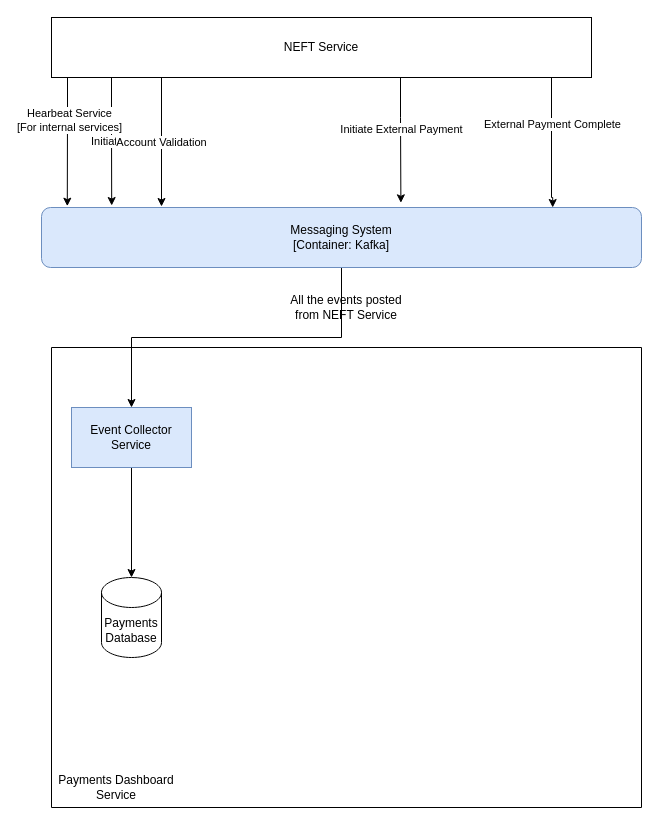
This is Payments Dashboard Component Diagram.drawio from dinesh-i/payment-business-dashboard, a draw.io file, before an edit. Source tidied: cells renumbered, new cells numbered last; positions are measured from the earlier drawing's top-left corner, leaving out a move shared by most shapes. Both pictures are drawn from the tidied source at 100%, with x=0, y=0 at pixel (41, 17).
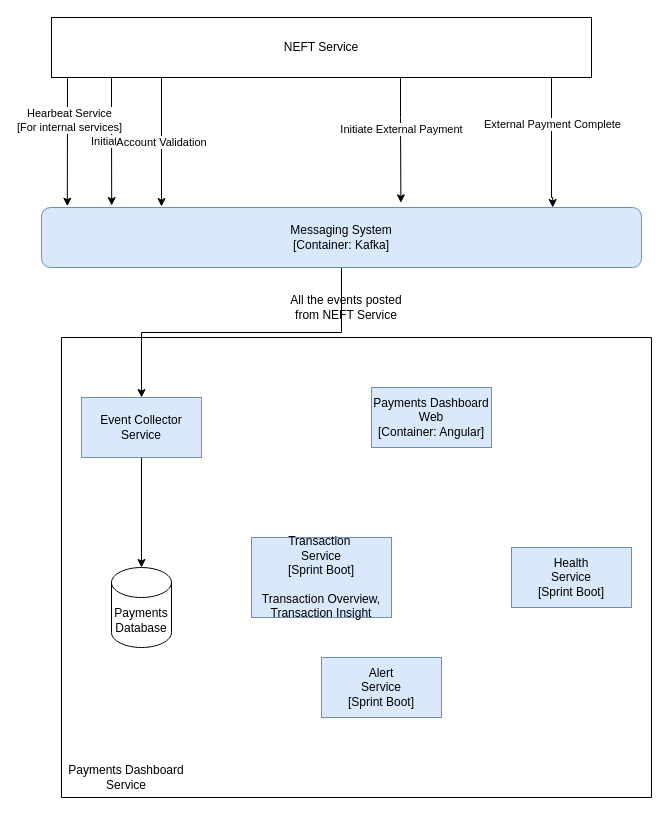
After the change.

Diff of the diagram source:
```diff
@@
     <mxCell id="13" style="swimlane;startSize=0;" parent="1" vertex="1">
-      <mxGeometry x="10" y="330" width="590" height="460" as="geometry" />
+      <mxGeometry x="20" y="320" width="590" height="460" as="geometry" />
     </mxCell>
@@
+    <mxCell id="19" value="Transaction&amp;nbsp;&lt;br&gt;Service&lt;br&gt;[Sprint Boot]&lt;br&gt;&lt;br&gt;Transaction Overview, Transaction Insight" style="rounded=0;whiteSpace=wrap;html=1;fillColor=#dae8fc;strokeColor=#6c8ebf;" parent="13" vertex="1">
+      <mxGeometry x="190" y="200" width="140" height="80" as="geometry" />
+    </mxCell>
+    <mxCell id="20" value="Payments Dashboard Web&lt;br&gt;[Container: Angular]" style="rounded=0;whiteSpace=wrap;html=1;fillColor=#dae8fc;strokeColor=#6c8ebf;" parent="13" vertex="1">
+      <mxGeometry x="310" y="50" width="120" height="60" as="geometry" />
+    </mxCell>
+    <mxCell id="21" value="Health&lt;br&gt;Service&lt;br&gt;[Sprint Boot]" style="rounded=0;whiteSpace=wrap;html=1;fillColor=#dae8fc;strokeColor=#6c8ebf;" parent="13" vertex="1">
+      <mxGeometry x="450" y="210" width="120" height="60" as="geometry" />
+    </mxCell>
+    <mxCell id="22" value="Alert&lt;br&gt;Service&lt;br&gt;[Sprint Boot]" style="rounded=0;whiteSpace=wrap;html=1;fillColor=#dae8fc;strokeColor=#6c8ebf;" parent="13" vertex="1">
+      <mxGeometry x="260" y="320" width="120" height="60" as="geometry" />
+    </mxCell>
```
